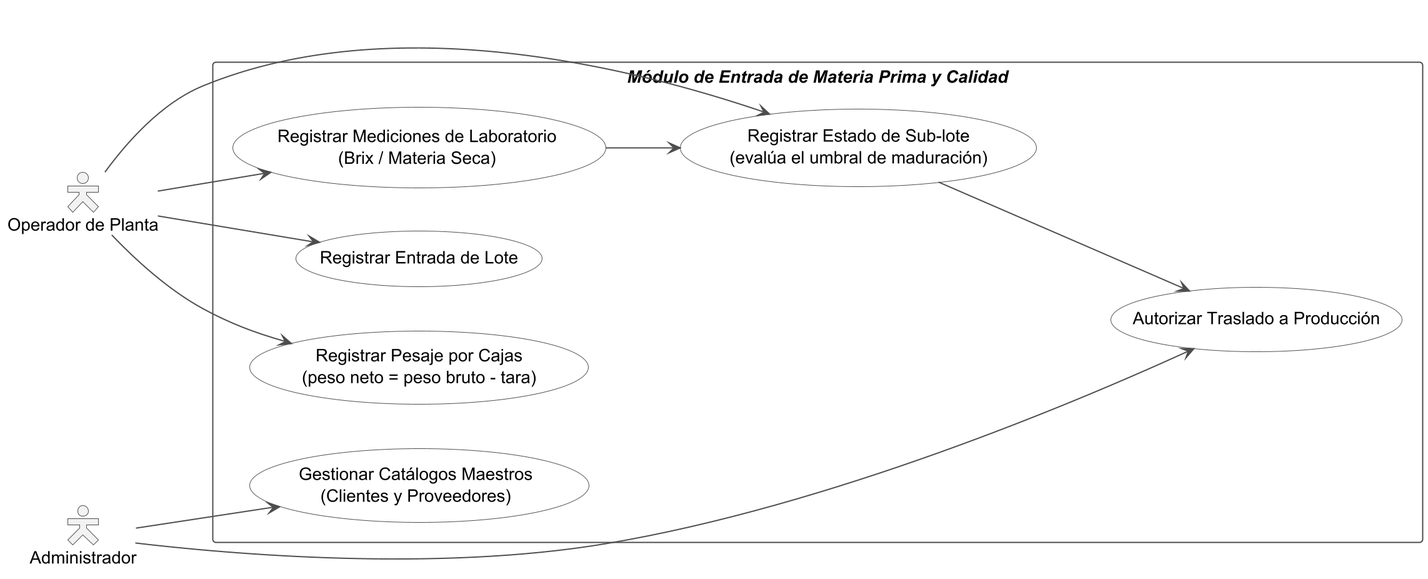
Above: diagramas/iteraciones/iteracion2_casos_de_uso.png in DecosUniversity/distri_yaneth_backend (PlantUML), before the change. Source of this version:
```plantuml
@startuml iteracion2_casos_de_uso
skinparamlocked dpi 190
skinparam shadowing false
skinparam packageStyle rectangle
skinparam actorStyle hollow
left to right direction
skinparam actor {
  BorderColor #4D4D4D
  BackgroundColor #F2F2F2
}
skinparam usecase {
  BackgroundColor #FFFFFF
  BorderColor #4D4D4D
  ArrowColor #4D4D4D
}
skinparam rectangle {
  BorderColor #4D4D4D
  BackgroundColor #FFFFFF
}

actor "Operador de Planta" as Op
actor "Administrador" as A

rectangle "**//Módulo de Entrada de Materia Prima y Calidad//**" {
  usecase "Gestionar Catálogos Maestros\n(Clientes y Proveedores)" as UC_Cat
  usecase "Registrar Entrada de Lote" as UC_Lote
  usecase "Registrar Pesaje por Cajas\n(peso neto = peso bruto - tara)" as UC_Pesaje
  usecase "Registrar Mediciones de Laboratorio\n(Brix / Materia Seca)" as UC_Lab
  usecase "Registrar Estado de Sub-lote\n(evalúa el umbral de maduración)" as UC_Sub
  usecase "Autorizar Traslado a Producción" as UC_Auth
}

A --> UC_Cat
Op --> UC_Lote
Op --> UC_Pesaje
Op --> UC_Lab
Op --> UC_Sub
A --> UC_Auth
UC_Lab --> UC_Sub
UC_Sub --> UC_Auth

@enduml
```
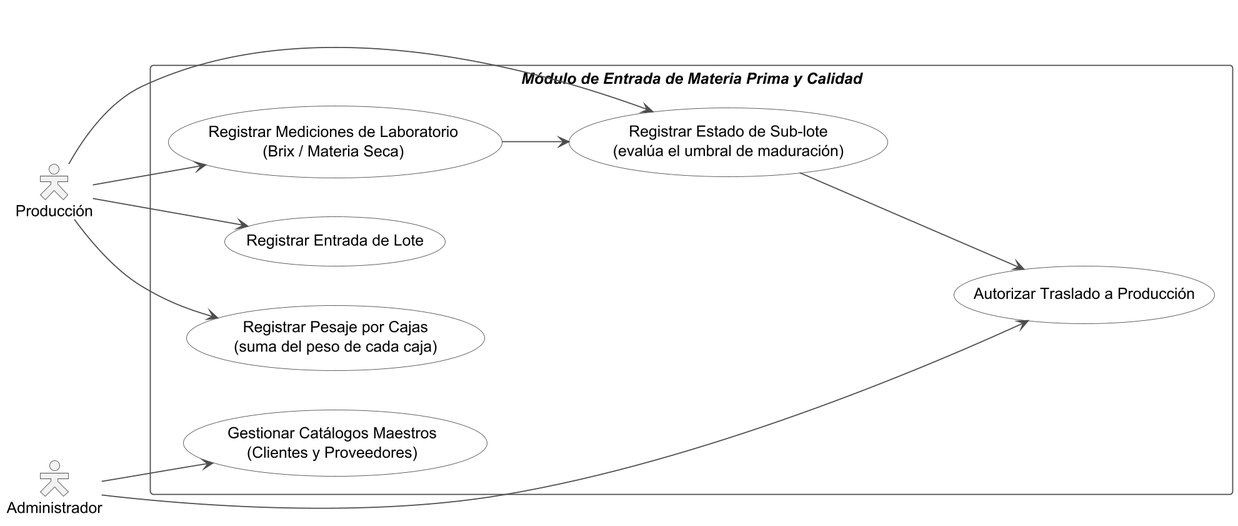
Above is the later version.

What changed in the source:
```diff
@@ -1,5 +1,5 @@
 @startuml iteracion2_casos_de_uso
-skinparamlocked dpi 190
+skinparamlocked dpi 170
 skinparam shadowing false
 skinparam packageStyle rectangle
 skinparam actorStyle hollow
@@ -18,13 +18,13 @@
   BackgroundColor #FFFFFF
 }
 
-actor "Operador de Planta" as Op
+actor "Producción" as Op
 actor "Administrador" as A
 
 rectangle "**//Módulo de Entrada de Materia Prima y Calidad//**" {
   usecase "Gestionar Catálogos Maestros\n(Clientes y Proveedores)" as UC_Cat
   usecase "Registrar Entrada de Lote" as UC_Lote
-  usecase "Registrar Pesaje por Cajas\n(peso neto = peso bruto - tara)" as UC_Pesaje
+  usecase "Registrar Pesaje por Cajas\n(suma del peso de cada caja)" as UC_Pesaje
   usecase "Registrar Mediciones de Laboratorio\n(Brix / Materia Seca)" as UC_Lab
   usecase "Registrar Estado de Sub-lote\n(evalúa el umbral de maduración)" as UC_Sub
   usecase "Autorizar Traslado a Producción" as UC_Auth
```
